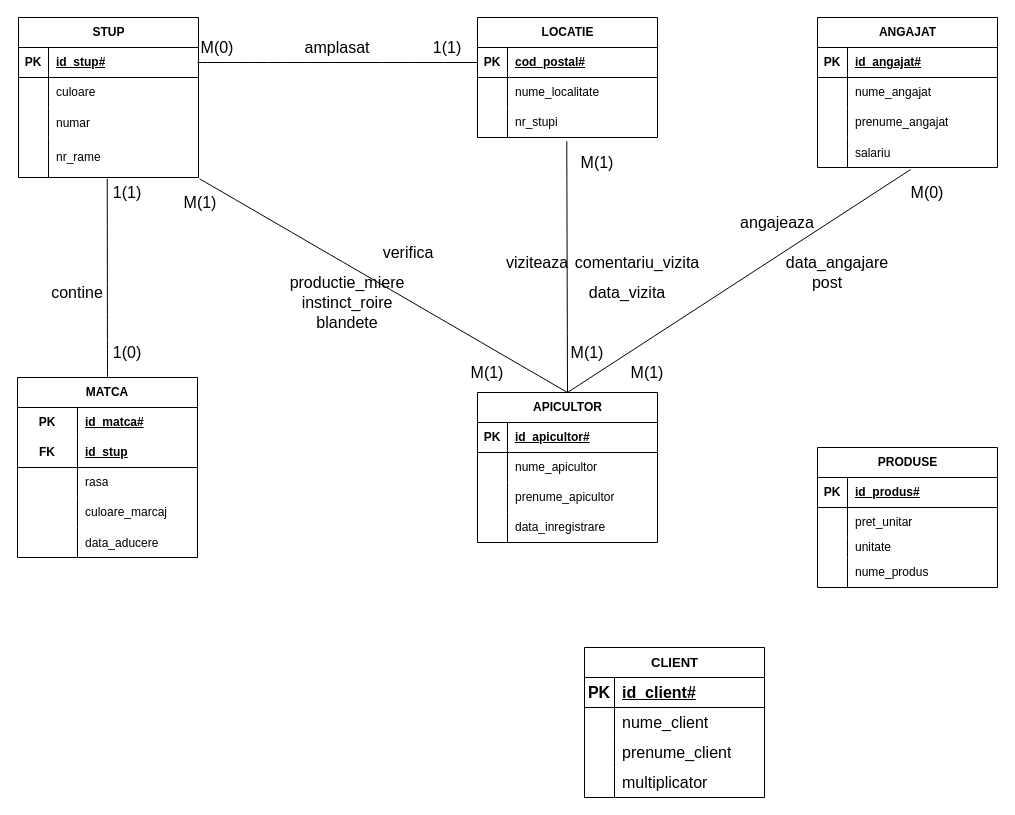
Matoka26/DataBase-Stupina keeps this draw.io diagram as Diagramă fără titlu.drawio. Above is the earlier version. Source tidied: cells renumbered, new cells numbered last; positions are measured from the earlier drawing's top-left corner, leaving out a move shared by most shapes. Both pictures are drawn from the tidied source at 100%, with x=0, y=0 at pixel (17, 17).
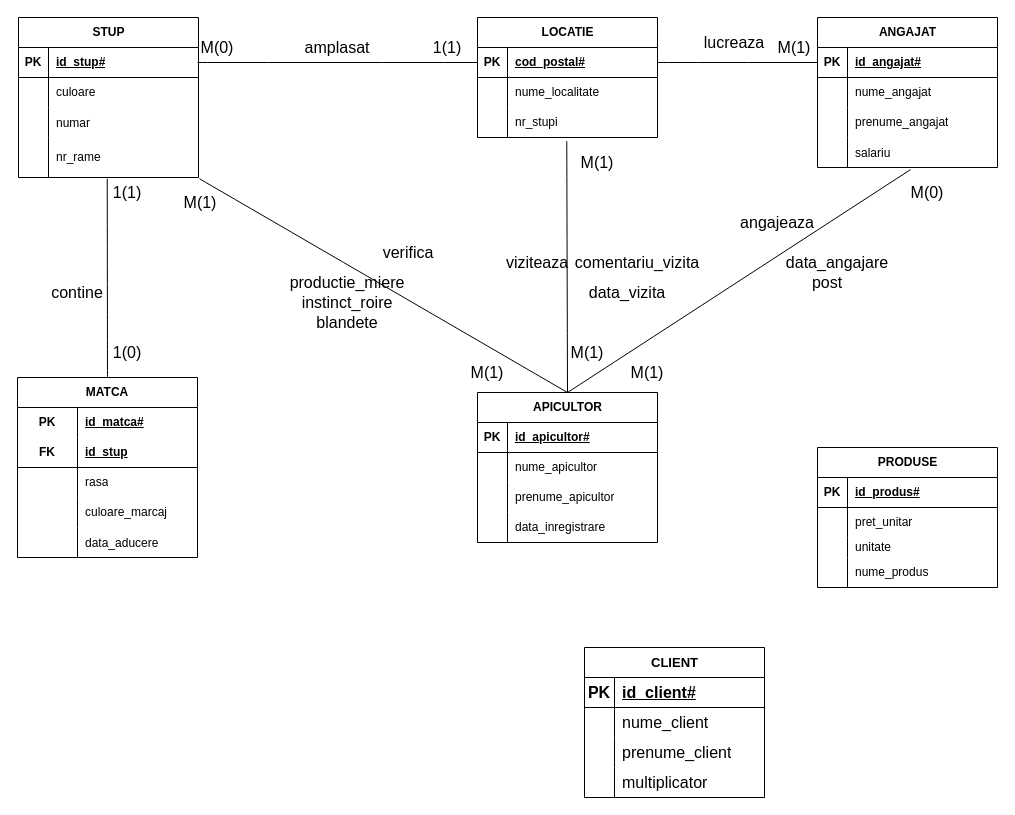
Above is the later version.

Unchanged cells that the change refers to:
```xml
<mxCell id="16" style="shape=tableRow;horizontal=0;startSize=0;swimlaneHead=0;swimlaneBody=0;fillColor=none;points=[[0,0.5],[1,0.5]];portConstraint=eastwest;top=0;left=0;right=0;bottom=1;" parent="15" vertex="1">
  <mxGeometry y="30" width="180" height="30" as="geometry" />
</mxCell>
<mxCell id="26" style="shape=tableRow;horizontal=0;startSize=0;swimlaneHead=0;swimlaneBody=0;fillColor=none;points=[[0,0.5],[1,0.5]];portConstraint=eastwest;top=0;left=0;right=0;bottom=1;" parent="25" vertex="1">
  <mxGeometry y="30" width="180" height="30" as="geometry" />
</mxCell>
```

Diff of the diagram source:
```diff
@@
+    <mxCell id="124" style="endArrow=none;html=1;rounded=0;fontSize=12;startSize=8;endSize=8;curved=1;exitX=1;exitY=0.5;exitDx=0;exitDy=0;entryX=0;entryY=0.5;entryDx=0;entryDy=0;" parent="1" edge="1" source="16" target="26">
+      <mxGeometry relative="1" as="geometry" />
+    </mxCell>
+    <mxCell id="125" value="lucreaza" style="text;html=1;strokeColor=none;fillColor=none;align=center;verticalAlign=middle;whiteSpace=wrap;rounded=0;fontSize=16;" parent="1" vertex="1">
+      <mxGeometry x="687" y="10" width="60" height="30" as="geometry" />
+    </mxCell>
+    <mxCell id="126" value="M(1)" style="text;html=1;strokeColor=none;fillColor=none;align=center;verticalAlign=middle;whiteSpace=wrap;rounded=0;fontSize=16;" parent="1" vertex="1">
+      <mxGeometry x="747" y="15" width="60" height="30" as="geometry" />
+    </mxCell>
```
